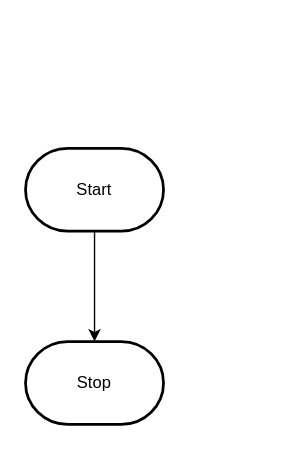
Above: design/flowchart.drawio in MTHS-ICD2O-1-2023/ICD2O-Assignment-04-nathan-desilva (draw.io), before the change. Source tidied: cells renumbered, new cells numbered last; positions are measured from the earlier drawing's top-left corner, leaving out a move shared by most shapes. Both pictures are drawn from the tidied source at 138%, with x=0, y=0 at pixel (25, 148).
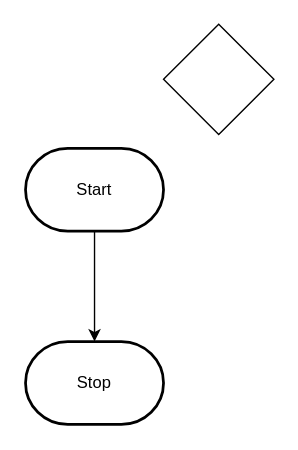
The same page after the edit.

Commit message (it also covers changes not shown here):
created flo and story

Change to the diagram source:
```diff
@@
 <mxGraphModel>
   <root>
     <mxCell id="0" />
     <mxCell id="1" parent="0" />
     <mxCell id="2" style="edgeStyle=orthogonalEdgeStyle;html=1;rounded=0;" parent="1" edge="1" source="3" target="4">
       <mxGeometry relative="1" as="geometry" />
     </mxCell>
     <mxCell id="3" value="Start" style="strokeWidth=2;html=1;shape=mxgraph.flowchart.terminator;whiteSpace=wrap;" parent="1" vertex="1">
       <mxGeometry width="100" height="60" as="geometry" />
     </mxCell>
     <mxCell id="4" value="Stop" style="strokeWidth=2;html=1;shape=mxgraph.flowchart.terminator;whiteSpace=wrap;" parent="1" vertex="1">
       <mxGeometry y="140" width="100" height="60" as="geometry" />
     </mxCell>
+    <mxCell id="5" style="rhombus;whiteSpace=wrap;html=1;" parent="1" vertex="1">
+      <mxGeometry x="100" y="-90" width="80" height="80" as="geometry" />
+    </mxCell>
   </root>
 </mxGraphModel>
```
